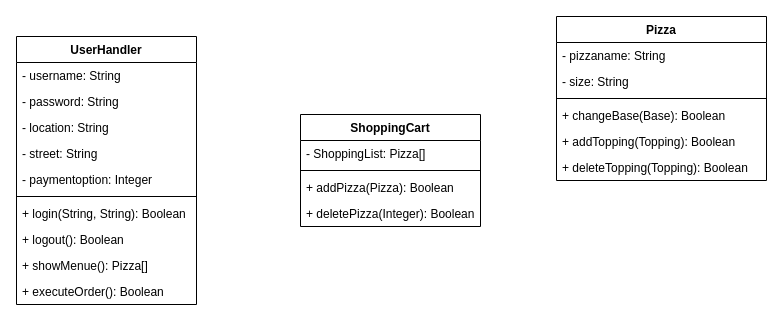
Before: Task 1/pizza_class_diagramm.drawio in BlackFox1197/sdi, a draw.io diagram. Source tidied: cells renumbered, new cells numbered last; positions are measured from the earlier drawing's top-left corner, leaving out a move shared by most shapes. Both pictures are drawn from the tidied source at 100%, with x=0, y=0 at pixel (16, 16).
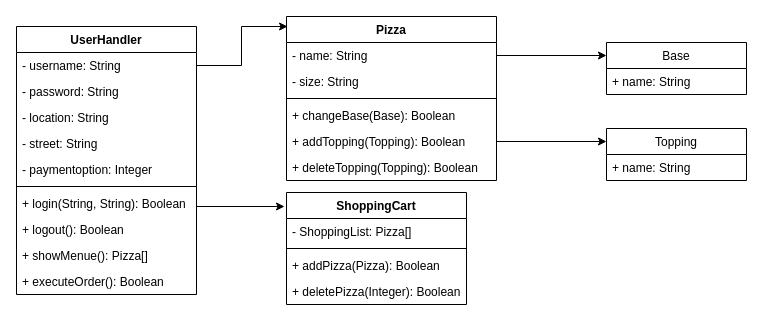
Above is the later version.

The change refers to these unchanged cells:
```xml
<mxCell id="3" value="- username: String" style="text;strokeColor=none;fillColor=none;align=left;verticalAlign=top;spacingLeft=4;spacingRight=4;overflow=hidden;points=[[0,0.5],[1,0.5]];portConstraint=eastwest;" parent="2" vertex="1">
  <mxGeometry y="26" width="180" height="26" as="geometry" />
</mxCell>
<mxCell id="11" value="+ showMenue(): Pizza[]" style="text;strokeColor=none;fillColor=none;align=left;verticalAlign=top;spacingLeft=4;spacingRight=4;overflow=hidden;points=[[0,0.5],[1,0.5]];portConstraint=eastwest;" parent="2" vertex="1">
  <mxGeometry y="216" width="180" height="26" as="geometry" />
</mxCell>
<mxCell id="23" value="+ addTopping(Topping): Boolean" style="text;strokeColor=none;fillColor=none;align=left;verticalAlign=top;spacingLeft=4;spacingRight=4;overflow=hidden;points=[[0,0.5],[1,0.5]];portConstraint=eastwest;" parent="18" vertex="1">
  <mxGeometry y="112" width="210" height="26" as="geometry" />
</mxCell>
```

Diff of the diagram source:
```diff
@@
     <mxCell id="2" value="UserHandler" style="swimlane;fontStyle=1;align=center;verticalAlign=top;horizontal=1;startSize=26;" parent="1" vertex="1">
-      <mxGeometry y="20" width="180" height="268" as="geometry" />
+      <mxGeometry y="10" width="180" height="268" as="geometry" />
     </mxCell>
@@
     <mxCell id="13" value="ShoppingCart" style="swimlane;fontStyle=1;align=center;verticalAlign=top;horizontal=1;startSize=26;" parent="1" vertex="1">
-      <mxGeometry x="284" y="98" width="180" height="112" as="geometry" />
+      <mxGeometry x="270" y="176" width="180" height="112" as="geometry" />
     </mxCell>
@@
     <mxCell id="18" value="Pizza" style="swimlane;fontStyle=1;align=center;verticalAlign=top;horizontal=1;startSize=26;" parent="1" vertex="1">
-      <mxGeometry x="540" width="210" height="164" as="geometry" />
+      <mxGeometry x="270" width="210" height="164" as="geometry" />
     </mxCell>
-    <mxCell id="19" value="- pizzaname: String" style="text;strokeColor=none;fillColor=none;align=left;verticalAlign=top;spacingLeft=4;spacingRight=4;overflow=hidden;points=[[0,0.5],[1,0.5]];portConstraint=eastwest;" parent="18" vertex="1">
+    <mxCell id="19" value="- name: String" style="text;strokeColor=none;fillColor=none;align=left;verticalAlign=top;spacingLeft=4;spacingRight=4;overflow=hidden;points=[[0,0.5],[1,0.5]];portConstraint=eastwest;" parent="18" vertex="1">
       <mxGeometry y="26" width="210" height="26" as="geometry" />
     </mxCell>
@@
+    <mxCell id="25" style="edgeStyle=orthogonalEdgeStyle;rounded=0;jettySize=auto;html=1;exitX=1;exitY=0.5;exitDx=0;exitDy=0;entryX=0.005;entryY=0.061;entryDx=0;entryDy=0;entryPerimeter=0;" parent="1" edge="1" source="3" target="18">
+      <mxGeometry relative="1" as="geometry" />
+    </mxCell>
+    <mxCell id="26" style="edgeStyle=orthogonalEdgeStyle;rounded=0;jettySize=auto;html=1;exitX=1;exitY=0.5;exitDx=0;exitDy=0;entryX=-0.011;entryY=0.125;entryDx=0;entryDy=0;entryPerimeter=0;" parent="1" edge="1" source="11" target="13">
+      <mxGeometry relative="1" as="geometry">
+        <Array as="points">
+          <mxPoint x="180" y="190" />
+        </Array>
+      </mxGeometry>
+    </mxCell>
+    <mxCell id="27" value="Base" style="swimlane;fontStyle=0;horizontal=1;startSize=26;fillColor=none;" parent="1" vertex="1">
+      <mxGeometry x="590" y="26" width="140" height="52" as="geometry" />
+    </mxCell>
+    <mxCell id="28" value="+ name: String" style="text;strokeColor=none;fillColor=none;align=left;verticalAlign=top;spacingLeft=4;spacingRight=4;overflow=hidden;" parent="27" vertex="1">
+      <mxGeometry y="26" width="140" height="26" as="geometry" />
+    </mxCell>
+    <mxCell id="29" style="edgeStyle=orthogonalEdgeStyle;rounded=0;jettySize=auto;html=1;exitX=1;exitY=0.5;exitDx=0;exitDy=0;entryX=0;entryY=0.25;entryDx=0;entryDy=0;" parent="1" edge="1" source="19" target="27">
+      <mxGeometry relative="1" as="geometry" />
+    </mxCell>
+    <mxCell id="30" value="Topping" style="swimlane;fontStyle=0;horizontal=1;startSize=26;fillColor=none;" parent="1" vertex="1">
+      <mxGeometry x="590" y="112" width="140" height="52" as="geometry" />
+    </mxCell>
+    <mxCell id="31" value="+ name: String" style="text;strokeColor=none;fillColor=none;align=left;verticalAlign=top;spacingLeft=4;spacingRight=4;overflow=hidden;" parent="30" vertex="1">
+      <mxGeometry y="26" width="140" height="26" as="geometry" />
+    </mxCell>
+    <mxCell id="32" style="edgeStyle=orthogonalEdgeStyle;rounded=0;jettySize=auto;html=1;exitX=1;exitY=0.5;exitDx=0;exitDy=0;entryX=0;entryY=0.25;entryDx=0;entryDy=0;" parent="1" edge="1" source="23" target="30">
+      <mxGeometry relative="1" as="geometry" />
+    </mxCell>
```
